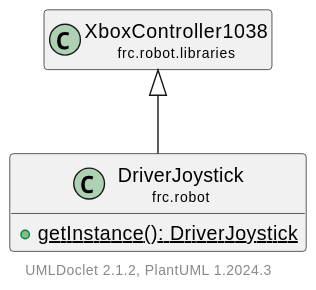
Before: docs/uml/frc/robot/DriverJoystick.svg, a diagram exported from PlantUML (LakotaRobotics1038/2026RobotProject).
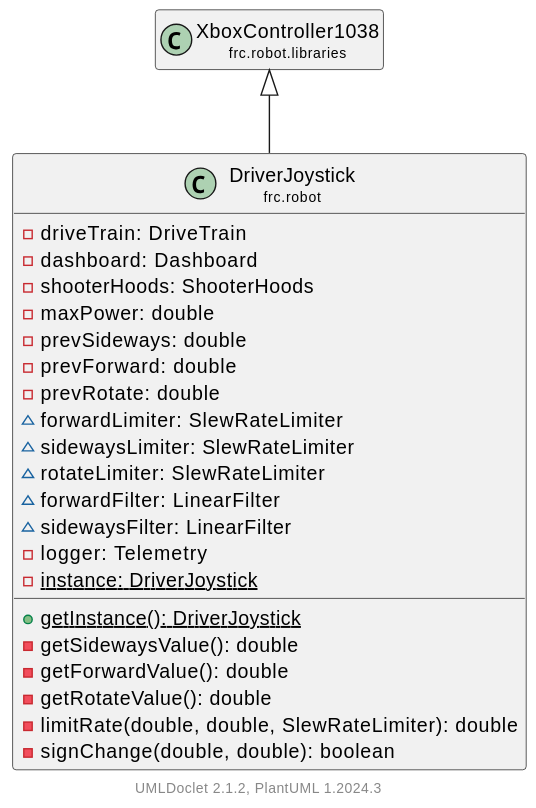
After the change.

Change to the diagram source:
```diff
@@ -4,7 +4,26 @@
     hide empty methods
 
     class "<size:14>DriverJoystick\n<size:10>frc.robot" as frc.robot.DriverJoystick [[DriverJoystick.html]] {
+        -driveTrain: DriveTrain
+        -dashboard: Dashboard
+        -shooterHoods: ShooterHoods
+        -maxPower: double
+        -prevSideways: double
+        -prevForward: double
+        -prevRotate: double
+        ~forwardLimiter: SlewRateLimiter
+        ~sidewaysLimiter: SlewRateLimiter
+        ~rotateLimiter: SlewRateLimiter
+        ~forwardFilter: LinearFilter
+        ~sidewaysFilter: LinearFilter
+        -logger: Telemetry
+        {static} -instance: DriverJoystick
         {static} +getInstance(): DriverJoystick
+        -getSidewaysValue(): double
+        -getForwardValue(): double
+        -getRotateValue(): double
+        -limitRate(double, double, SlewRateLimiter): double
+        -signChange(double, double): boolean
     }
 
     class "<size:14>XboxController1038\n<size:10>frc.robot.libraries" as frc.robot.libraries.XboxController1038 [[libraries/XboxController1038.html]]
```
